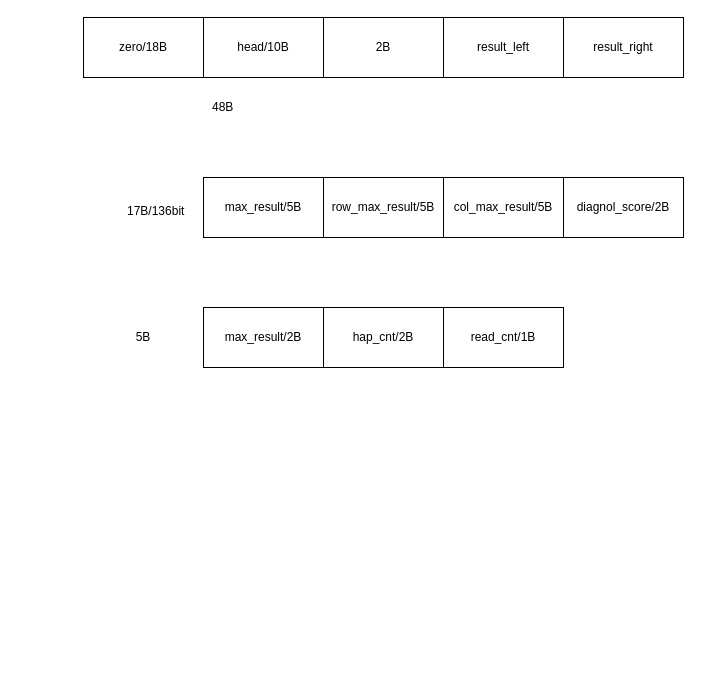
muguang123/drwaio keeps this draw.io diagram as page "数据包格式" (1 of 11) of FPGA_output.drawio. Above is the earlier version. Source tidied: cells renumbered, new cells numbered last; positions are measured from the earlier drawing's top-left corner, leaving out a move shared by most shapes. Both pictures are drawn from the tidied source at 100%, with x=0, y=0 at pixel (83, 17).
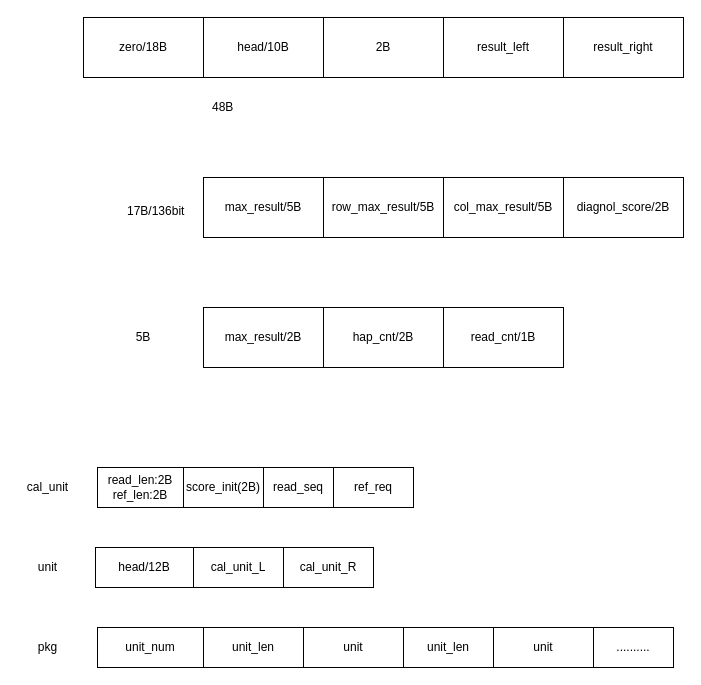
The same diagram, later.

Diff of the diagram source:
```diff
@@
+    <mxCell id="17" value="head/12B" style="rounded=0;whiteSpace=wrap;html=1;" parent="1" vertex="1">
+      <mxGeometry x="12" y="530" width="98" height="40" as="geometry" />
+    </mxCell>
+    <mxCell id="18" value="cal_unit_L" style="rounded=0;whiteSpace=wrap;html=1;" parent="1" vertex="1">
+      <mxGeometry x="110" y="530" width="90" height="40" as="geometry" />
+    </mxCell>
+    <mxCell id="19" value="cal_unit_R" style="rounded=0;whiteSpace=wrap;html=1;" parent="1" vertex="1">
+      <mxGeometry x="200" y="530" width="90" height="40" as="geometry" />
+    </mxCell>
+    <mxCell id="20" value="read_len:2B&lt;br&gt;ref_len:2B" style="rounded=0;whiteSpace=wrap;html=1;" parent="1" vertex="1">
+      <mxGeometry x="14" y="450" width="86" height="40" as="geometry" />
+    </mxCell>
+    <mxCell id="21" value="score_init(2B)" style="rounded=0;whiteSpace=wrap;html=1;" parent="1" vertex="1">
+      <mxGeometry x="100" y="450" width="80" height="40" as="geometry" />
+    </mxCell>
+    <mxCell id="22" value="read_seq" style="rounded=0;whiteSpace=wrap;html=1;" parent="1" vertex="1">
+      <mxGeometry x="180" y="450" width="70" height="40" as="geometry" />
+    </mxCell>
+    <mxCell id="23" value="ref_req" style="rounded=0;whiteSpace=wrap;html=1;" parent="1" vertex="1">
+      <mxGeometry x="250" y="450" width="80" height="40" as="geometry" />
+    </mxCell>
+    <mxCell id="24" value="unit_num" style="rounded=0;whiteSpace=wrap;html=1;" parent="1" vertex="1">
+      <mxGeometry x="14" y="610" width="106" height="40" as="geometry" />
+    </mxCell>
+    <mxCell id="25" value="cal_unit" style="text;html=1;align=center;verticalAlign=middle;" parent="1" vertex="1">
+      <mxGeometry x="-66" y="460" width="60" height="20" as="geometry" />
+    </mxCell>
+    <mxCell id="26" value="unit" style="text;html=1;align=center;verticalAlign=middle;" parent="1" vertex="1">
+      <mxGeometry x="-56" y="540" width="40" height="20" as="geometry" />
+    </mxCell>
+    <mxCell id="27" value="pkg" style="text;html=1;align=center;verticalAlign=middle;" parent="1" vertex="1">
+      <mxGeometry x="-56" y="620" width="40" height="20" as="geometry" />
+    </mxCell>
+    <mxCell id="28" value="unit_len" style="rounded=0;whiteSpace=wrap;html=1;" parent="1" vertex="1">
+      <mxGeometry x="120" y="610" width="100" height="40" as="geometry" />
+    </mxCell>
+    <mxCell id="29" value="unit" style="rounded=0;whiteSpace=wrap;html=1;" parent="1" vertex="1">
+      <mxGeometry x="220" y="610" width="100" height="40" as="geometry" />
+    </mxCell>
+    <mxCell id="30" value="unit_len" style="rounded=0;whiteSpace=wrap;html=1;" parent="1" vertex="1">
+      <mxGeometry x="320" y="610" width="90" height="40" as="geometry" />
+    </mxCell>
+    <mxCell id="31" value="unit" style="rounded=0;whiteSpace=wrap;html=1;" parent="1" vertex="1">
+      <mxGeometry x="410" y="610" width="100" height="40" as="geometry" />
+    </mxCell>
+    <mxCell id="32" value=".........." style="rounded=0;whiteSpace=wrap;html=1;" parent="1" vertex="1">
+      <mxGeometry x="510" y="610" width="80" height="40" as="geometry" />
+    </mxCell>
```
